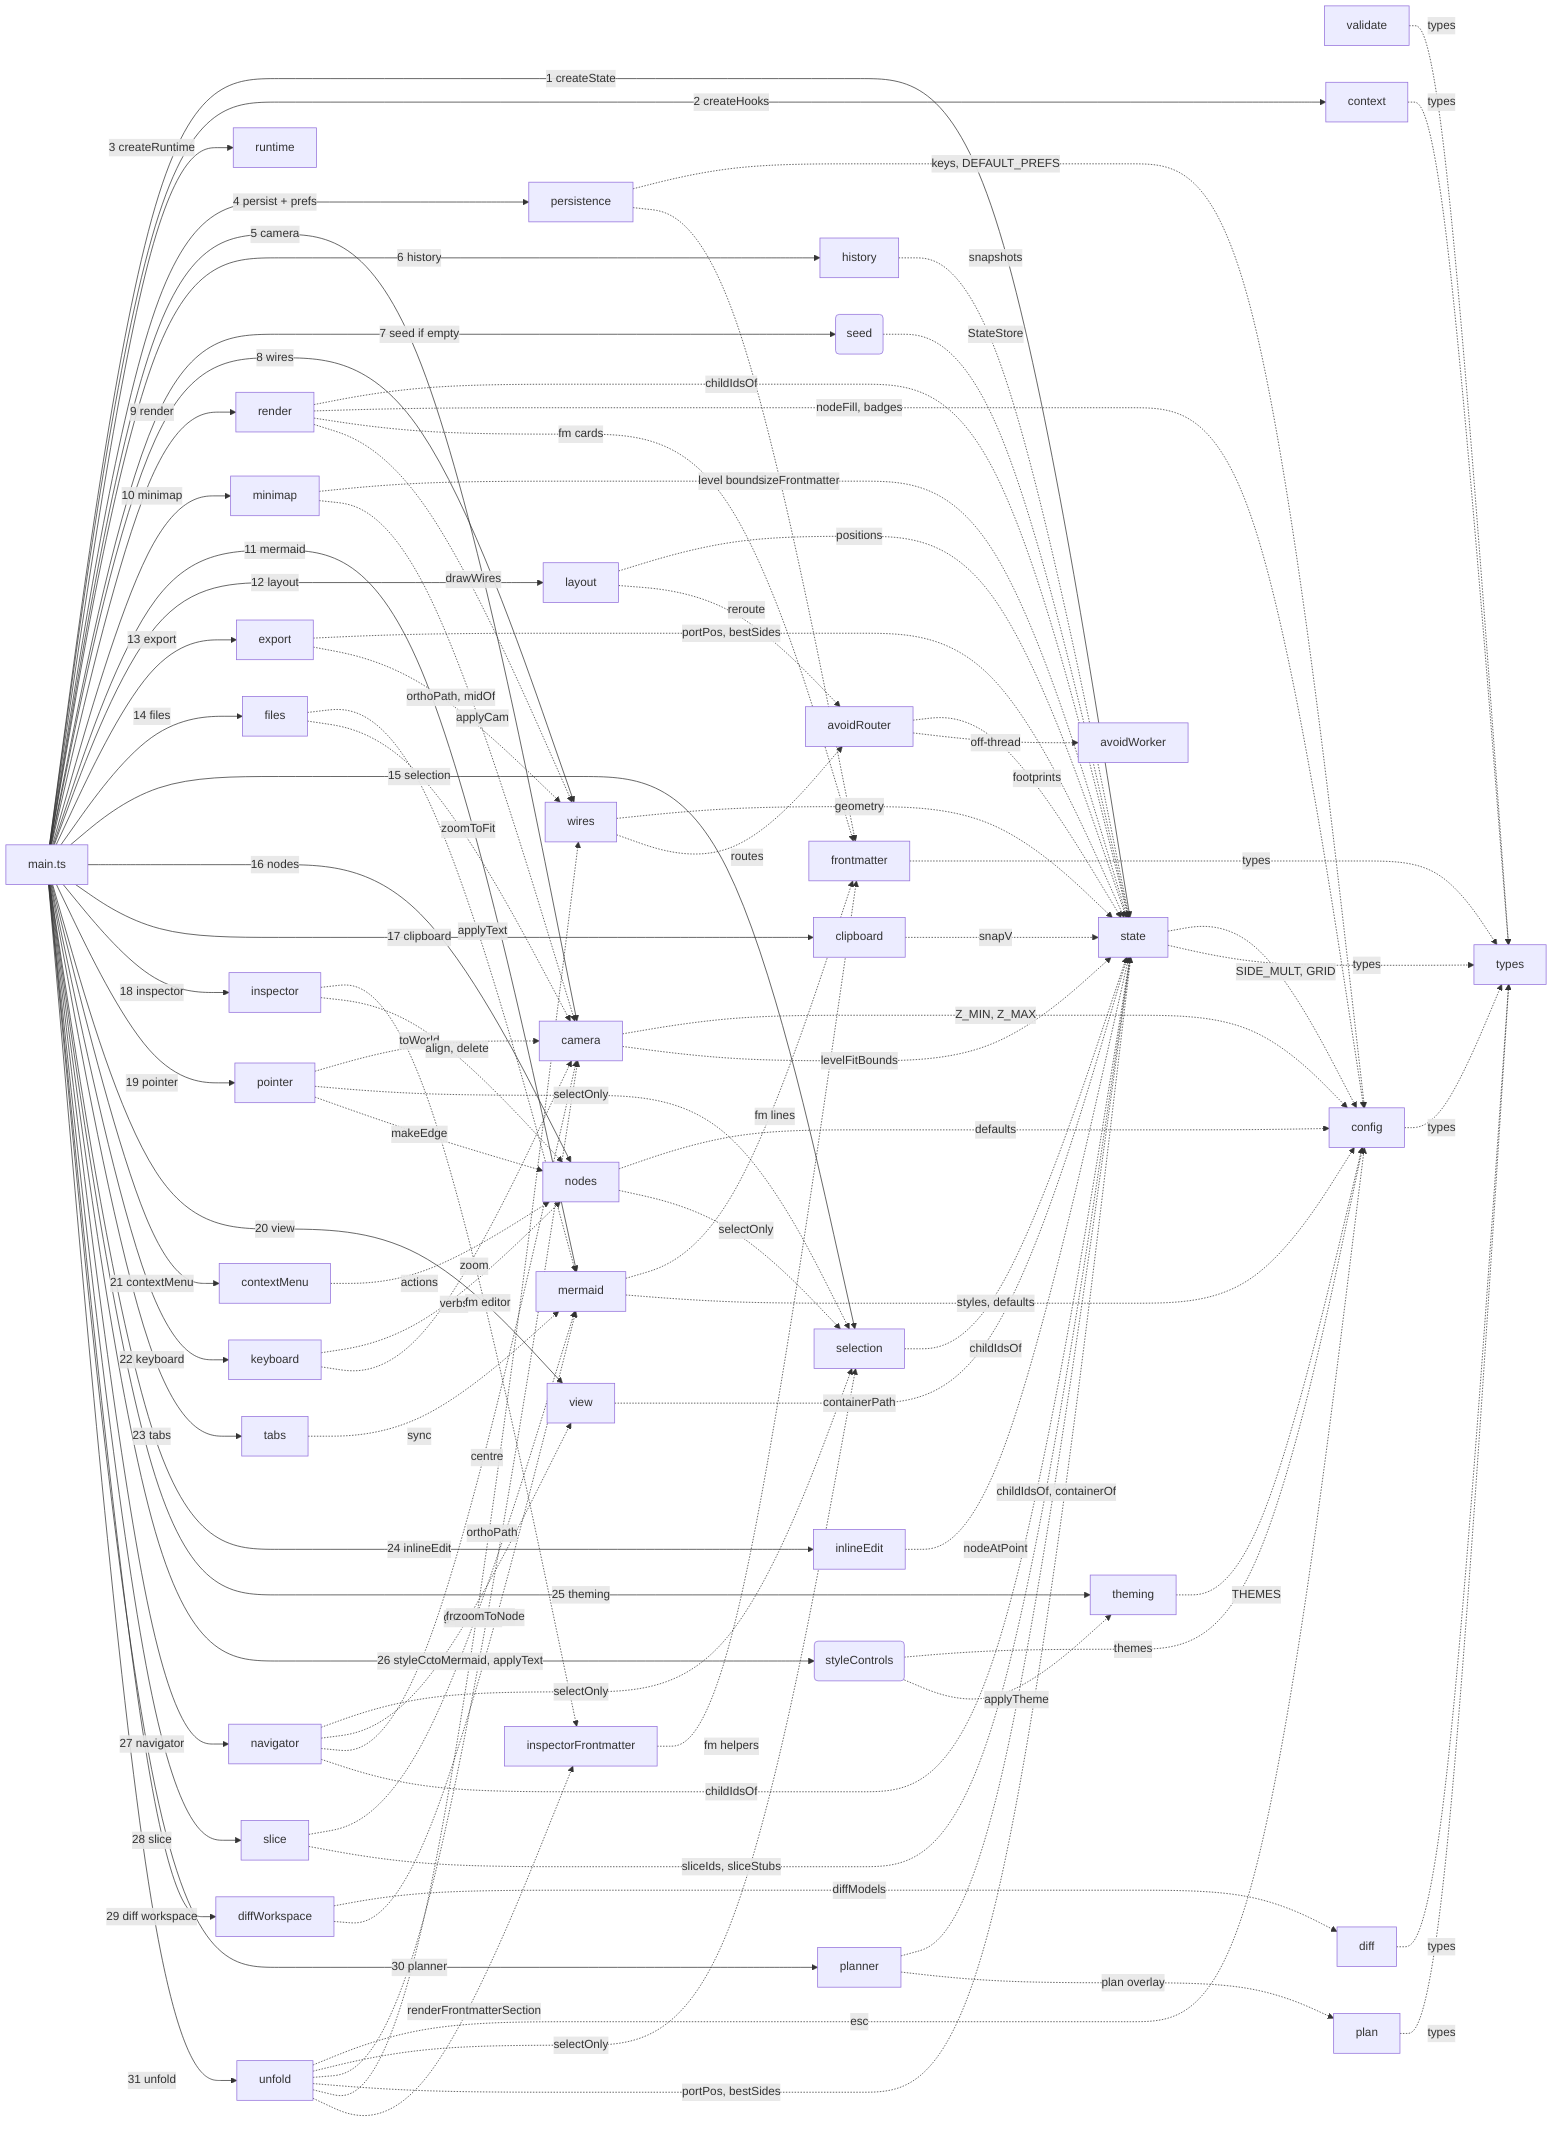
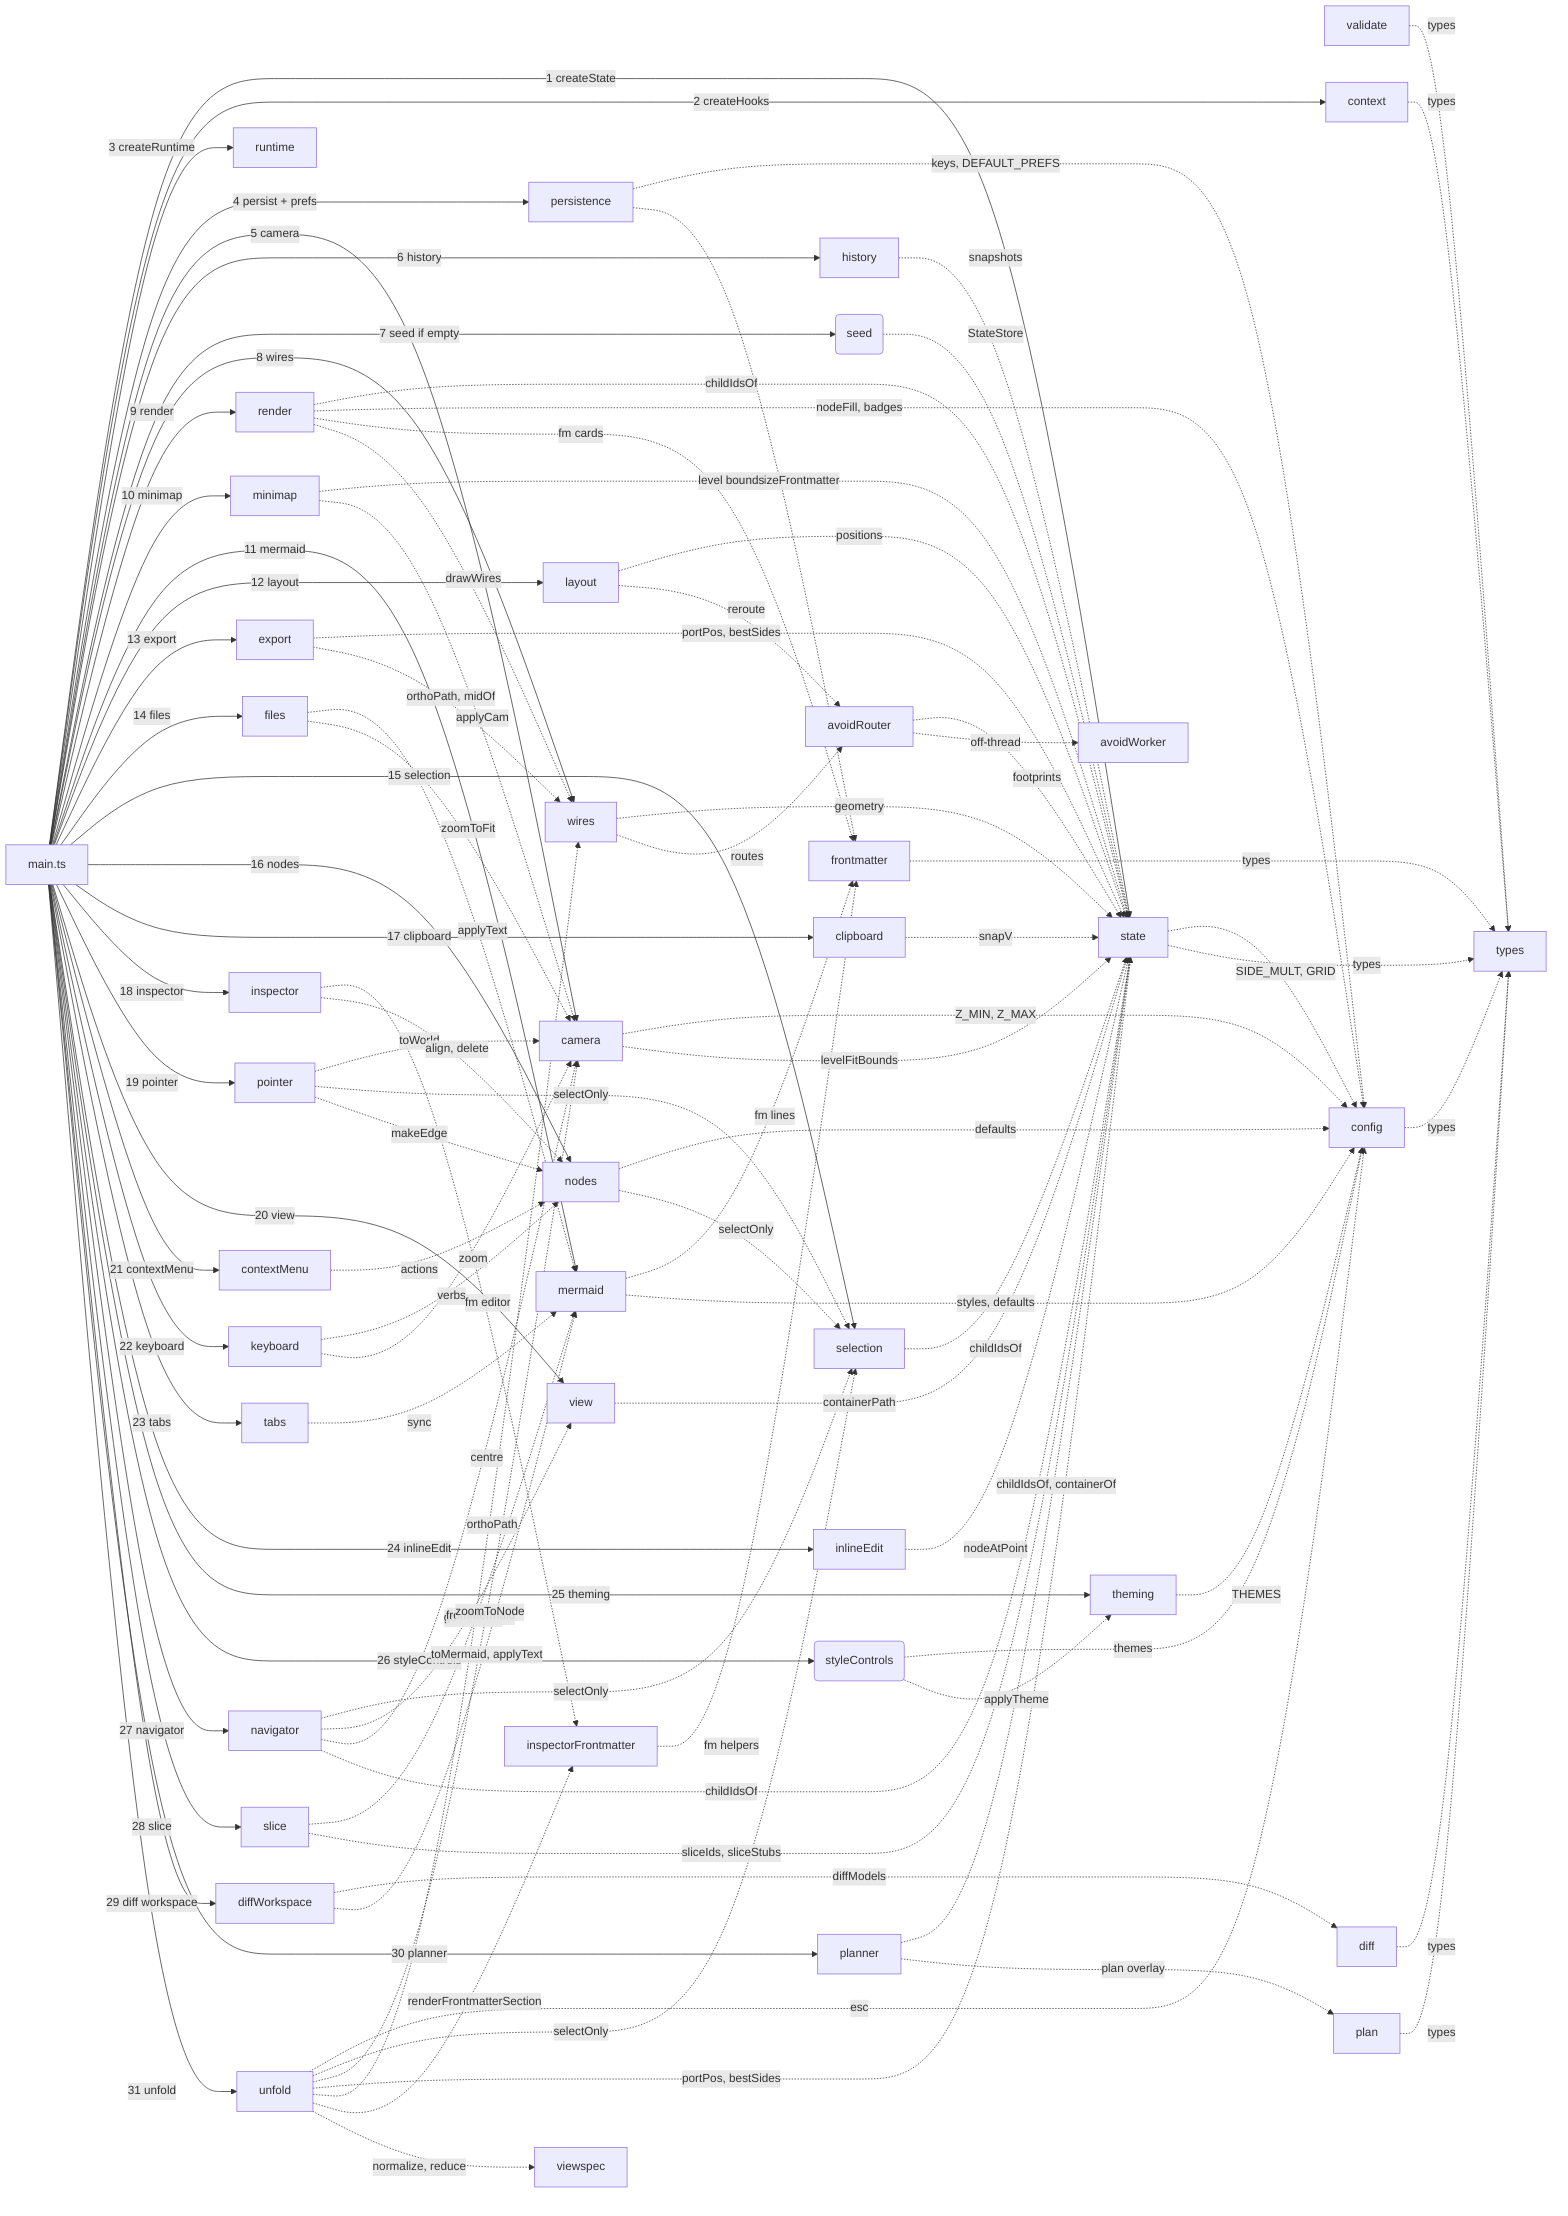
flowchart LR
%% root main

%% fm:meta main name=main
%% fm:meta main desc=composition root; builds AppContext, runs each initX in dependency order, wires hooks, boots
%% fm:meta state name=state
%% fm:meta state desc=the live diagram model (nodes, edges, selection, id counters) plus pure geometry + containment helpers
%% fm:meta frontmatter name=frontmatter
%% fm:meta frontmatter desc=per-node public-interface metadata; create, prune, serialize and parse to Mermaid %% lines
%% fm:meta validate name=validate
%% fm:meta validate desc=pure model integrity and serialize-parse round-trip checks; no DOM, types only
%% fm:meta history name=history
%% fm:meta history desc=bounded undo/redo stack of JSON model snapshots; restore writes back through hooks
%% fm:meta persistence name=persistence
%% fm:meta persistence desc=debounced autosave of model + camera to localStorage, plus load/save of Prefs
%% fm:meta camera name=camera
%% fm:meta camera desc=viewport pan and zoom transform; screen-to-world, applyCam, zoomAt, zoomToFit
%% fm:meta context name=context
%% fm:meta context desc=defines AppContext and the cross-module hook seam that breaks import cycles
%% fm:meta config name=config
%% fm:meta config desc=static lookup tables, palette, themes, fonts, zoom limits, storage keys plus tiny pure helpers
%% fm:meta types name=types
%% fm:meta types desc=shared domain types every module reads and writes; the vocabulary of the whole app
%% fm:meta runtime name=runtime
%% fm:meta runtime desc=tiny bag of transient interaction flags the render layer reads and interaction owns
%% fm:meta seed name=seed
%% fm:meta seed desc=first-run sample diagram, used only when there is no autosave to restore
%% fm:meta mermaid name=mermaid
%% fm:meta mermaid desc=two-way Mermaid text and model serializer/parser; the only module that knows the grammar
%% fm:meta layout name=layout
%% fm:meta layout desc=the Tidy automatic layered-tree layout; layers the spine and parks satellites
%% fm:meta exporter name=export
%% fm:meta exporter desc=build a standalone SVG from the model and export as a downloaded SVG or PNG
%% fm:meta files name=files
%% fm:meta files desc=save the diagram as a .mmd file and load a .mmd or bodies.json back in
%% fm:meta render name=render
%% fm:meta render desc=rebuild node DOM from the model each render; frontmatter cards, ports, drill affordance
%% fm:meta wires name=wires
%% fm:meta wires desc=draw all edges into the SVG layer plus the path geometry helpers reused by export
%% fm:meta avoidRouter name=avoidRouter
%% fm:meta avoidRouter desc=obstacle-avoiding orthogonal routing of reference edges via the libavoid WASM router
%% fm:meta minimap name=minimap
%% fm:meta minimap desc=paint the overview canvas and translate clicks and drags into camera moves
%% fm:meta avoidWorker name=avoidWorker
%% fm:meta avoidWorker desc=run the libavoid router in a dedicated worker so routing never blocks the main thread
%% fm:meta pointer name=pointer
%% fm:meta pointer desc=direct-manipulation on the canvas: drag, marquee, pan, resize, port-drag linking
%% fm:meta nodes name=nodes
%% fm:meta nodes desc=create/modify/destroy verbs on the model: addNode, makeEdge, deleteSelection, align, group
%% fm:meta selection name=selection
%% fm:meta selection desc=user-facing selection verbs that mutate sel then render and refresh the inspector
%% fm:meta clipboard name=clipboard
%% fm:meta clipboard desc=in-memory copy, paste with id remapping, and duplicate of the selection
%% fm:meta keyboard name=keyboard
%% fm:meta keyboard desc=global key and wheel handling: undo, clipboard, delete, nudge, quick-add, zoom, pan
%% fm:meta inlineEdit name=inlineEdit
%% fm:meta inlineEdit desc=double-click contenteditable label editing plus the dblclick drop-and-edit flow
%% fm:meta contextMenu name=contextMenu
%% fm:meta contextMenu desc=build and position the right-click menu with node or canvas actions
%% fm:meta view name=view
%% fm:meta view desc=own the current drill level and the verbs that change it, plus the breadcrumb
%% fm:meta inspector name=inspector
%% fm:meta inspector desc=render the right-hand property editor for a node, multi-selection, or an edge
%% fm:meta inspectorFrontmatter name=inspectorFrontmatter
%% fm:meta inspectorFrontmatter desc=render and wire the frontmatter editor for a single selected node
%% fm:meta tabs name=tabs
%% fm:meta tabs desc=switch the right panel between panes, collapse it, and show transient toasts
%% fm:meta styleControls name=styleControls
%% fm:meta styleControls desc=build and wire the Style tab: theme chips, font, toggles, routing select
%% fm:meta theming name=theming
%% fm:meta theming desc=translate prefs into live CSS variables and canvas state at runtime
%% fm:meta diff name=diff
%% fm:meta diff desc=compare two parsed models and compute the semantic delta: added, removed and changed nodes and edges
%% fm:meta navigator name=navigator
%% fm:meta navigator desc=searchable, filterable node list; click a row to drill, select and centre the camera
%% fm:meta slice name=slice
%% fm:meta slice desc=show a self-contained mmd of the selected node's neighbourhood, with a Copy button
%% fm:meta diffWorkspace name=diffWorkspace
%% fm:meta diffWorkspace desc=full-screen diff overlay: snapshot, paste a proposal, diff via diffModels, view four ways, apply
%% fm:meta plan name=plan
%% fm:meta plan desc=build-plan overlay model (pure): status/intent/phase changes keyed on real nodes/edges, plus blast-radius and coherence helpers
%% fm:meta planner name=planner
%% fm:meta planner desc=full-screen build-plan review surface: status overlay on the real map, tri-pane sync, accept/reject with dependency coherence, gated export to buildspec
%% fm:meta unfold name=unfold
%% fm:meta unfold desc=reading mode: full-screen folded view of ctx.state — containment roots only at arrival, unfold in place, opt-in layers (wires, desc, interfaces, metrics, colour, blast radius), browse tree, inspector with ctx.bodies source
+ %% fm:meta viewspec name=viewspec
+ %% fm:meta viewspec desc=the M3 ViewSpec contract (pure): one serializable spec object is the reading view — screen = render(spec); normalizer is the schema boundary, reducer is the only mutation path

%% kind main module
%% kind state module
%% kind frontmatter module
%% kind validate module
%% kind history module
%% kind persistence module
%% kind camera module
%% kind context module
%% kind config module
%% kind types module
%% kind runtime module
%% kind seed function
%% kind mermaid module
%% kind layout module
%% kind exporter module
%% kind files module
%% kind render module
%% kind wires module
%% kind avoidRouter module
%% kind minimap module
%% kind avoidWorker module
%% kind pointer module
%% kind nodes module
%% kind selection module
%% kind clipboard module
%% kind keyboard module
%% kind inlineEdit module
%% kind contextMenu module
%% kind view module
%% kind inspector module
%% kind inspectorFrontmatter module
%% kind tabs module
%% kind styleControls function
%% kind theming module
%% kind diff module
%% kind navigator module
%% kind slice module
%% kind diffWorkspace module
%% kind plan module
%% kind planner module
%% kind unfold module
+ %% kind viewspec module

  main["main.ts"]
  state["state"]
  frontmatter["frontmatter"]
  validate["validate"]
  history["history"]
  persistence["persistence"]
  camera["camera"]
  context["context"]
  config["config"]
  types["types"]
  runtime["runtime"]
  seed("seed")
  mermaid["mermaid"]
  layout["layout"]
  exporter["export"]
  files["files"]
  render["render"]
  wires["wires"]
  avoidRouter["avoidRouter"]
  minimap["minimap"]
  avoidWorker["avoidWorker"]
  pointer["pointer"]
  nodes["nodes"]
  selection["selection"]
  clipboard["clipboard"]
  keyboard["keyboard"]
  inlineEdit["inlineEdit"]
  contextMenu["contextMenu"]
  view["view"]
  inspector["inspector"]
  inspectorFrontmatter["inspectorFrontmatter"]
  tabs["tabs"]
  styleControls("styleControls")
  theming["theming"]
  diff["diff"]
  navigator["navigator"]
  slice["slice"]
  diffWorkspace["diffWorkspace"]
  plan["plan"]
  planner["planner"]
  unfold["unfold"]
+   viewspec["viewspec"]

  main -->|1 createState| state
  main -->|2 createHooks| context
  main -->|3 createRuntime| runtime
  main -->|4 persist + prefs| persistence
  main -->|5 camera| camera
  main -->|6 history| history
  main -->|7 seed if empty| seed
  main -->|8 wires| wires
  main -->|9 render| render
  main -->|10 minimap| minimap
  main -->|11 mermaid| mermaid
  main -->|12 layout| layout
  main -->|13 export| exporter
  main -->|14 files| files
  main -->|15 selection| selection
  main -->|16 nodes| nodes
  main -->|17 clipboard| clipboard
  main -->|18 inspector| inspector
  main -->|19 pointer| pointer
  main -->|20 view| view
  main -->|21 contextMenu| contextMenu
  main -->|22 keyboard| keyboard
  main -->|23 tabs| tabs
  main -->|24 inlineEdit| inlineEdit
  main -->|25 theming| theming
  main -->|26 styleControls| styleControls
  config -.->|types| types
  state -.->|SIDE_MULT, GRID| config
  state -.->|types| types
  camera -.->|Z_MIN, Z_MAX| config
  camera -.->|levelFitBounds| state
  persistence -.->|keys, DEFAULT_PREFS| config
  persistence -.->|normalizeFrontmatter| frontmatter
  history -.->|snapshots| state
  frontmatter -.->|types| types
  validate -.->|types| types
  seed -.->|StateStore| state
  context -.->|types| types
  render -.->|childIdsOf| state
  render -.->|nodeFill, badges| config
  render -.->|fm cards| frontmatter
  render -.->|drawWires| wires
  wires -.->|geometry| state
  wires -.->|routes| avoidRouter
  avoidRouter -.->|footprints| state
  avoidRouter -.->|off-thread| avoidWorker
  layout -.->|positions| state
  layout -.->|reroute| avoidRouter
  minimap -.->|level bounds| state
  minimap -.->|applyCam| camera
  mermaid -.->|fm lines| frontmatter
  mermaid -.->|styles, defaults| config
  exporter -.->|portPos, bestSides| state
  exporter -.->|orthoPath, midOf| wires
  files -.->|applyText| mermaid
  files -.->|zoomToFit| camera
  pointer -.->|toWorld| camera
  pointer -.->|selectOnly| selection
  pointer -.->|makeEdge| nodes
  nodes -.->|defaults| config
  nodes -.->|selectOnly| selection
  selection -.->|childIdsOf| state
  clipboard -.->|snapV| state
  keyboard -.->|verbs| nodes
  keyboard -.->|zoom| camera
  inlineEdit -.->|nodeAtPoint| state
  contextMenu -.->|actions| nodes
  view -.->|containerPath| state
  inspector -.->|fm editor| inspectorFrontmatter
  inspector -.->|align, delete| nodes
  inspectorFrontmatter -.->|fm helpers| frontmatter
  tabs -.->|sync| mermaid
  styleControls -.->|themes| config
  styleControls -.->|applyTheme| theming
  theming -.->|THEMES| config
  main -->|27 navigator| navigator
  main -->|28 slice| slice
  main -->|29 diff workspace| diffWorkspace
  diff -.->|types| types
  diffWorkspace -.->|diffModels| diff
  diffWorkspace -.->|toMermaid, applyText| mermaid
  navigator -.->|selectOnly| selection
  navigator -.->|goTo, enter| view
  navigator -.->|centre| camera
  navigator -.->|childIdsOf| state
  slice -.->|fromMermaid| mermaid
  slice -.->|sliceIds, sliceStubs| state
  main -->|30 planner| planner
  main -->|31 unfold| unfold
  plan -.->|types| types
  planner -.->|childIdsOf, containerOf| state
  planner -.->|plan overlay| plan
  unfold -.->|esc| config
  unfold -.->|selectOnly| selection
  unfold -.->|zoomToNode| camera
  unfold -.->|portPos, bestSides| state
  unfold -.->|orthoPath| wires
  unfold -.->|renderFrontmatterSection| inspectorFrontmatter
+   unfold -.->|normalize, reduce| viewspec

%% ---- reading-mode grouping (%% group dialect directive) ----
%% Promoted from sandbox/unfold/hierarchy.json: the curated responsibility
%% grouping ABOVE modules. No geometry; the canvas ignores it; the unfold
%% surface folds to these regions and stages/aggregates by them.
%% group g_editor "Editor"
%% group g_canvas "Canvas" parent g_editor
%% group g_render_view "Rendering & viewport" parent g_canvas
%% group g_layout_routing "Layout & routing" parent g_canvas
%% group g_direct_manip "Direct manipulation" parent g_canvas
%% group g_side_panels "Side panels" parent g_editor
%% group g_reading "Reading mode" parent g_editor
%% group g_domain "Domain model"
%% group g_core_model "Core model & config" parent g_domain
%% group g_node_meta "Node metadata" parent g_domain
%% group g_history "History & first-run" parent g_domain
%% group g_review "Review & planning"
%% group g_io "Persistence & IO"
%% group g_orchestration "Orchestration"
%% group-member g_render_view render
%% group-member g_render_view wires
%% group-member g_render_view camera
%% group-member g_render_view minimap
%% group-member g_render_view theming
%% group-member g_layout_routing layout
%% group-member g_layout_routing avoidRouter
%% group-member g_layout_routing avoidWorker
%% group-member g_direct_manip pointer
%% group-member g_direct_manip nodes
%% group-member g_direct_manip selection
%% group-member g_direct_manip clipboard
%% group-member g_direct_manip inlineEdit
%% group-member g_direct_manip keyboard
%% group-member g_direct_manip contextMenu
%% group-member g_direct_manip view
%% group-member g_side_panels inspector
%% group-member g_side_panels inspectorFrontmatter
%% group-member g_side_panels tabs
%% group-member g_side_panels styleControls
%% group-member g_side_panels navigator
%% group-member g_side_panels slice
%% group-member g_reading unfold
+ %% group-member g_reading viewspec
%% group-member g_core_model state
%% group-member g_core_model types
%% group-member g_core_model config
%% group-member g_core_model runtime
%% group-member g_node_meta frontmatter
%% group-member g_node_meta validate
%% group-member g_history history
%% group-member g_history seed
%% group-member g_review diff
%% group-member g_review diffWorkspace
%% group-member g_review plan
%% group-member g_review planner
%% group-member g_io mermaid
%% group-member g_io files
%% group-member g_io persistence
%% group-member g_io exporter
%% group-member g_orchestration main
%% group-member g_orchestration context
